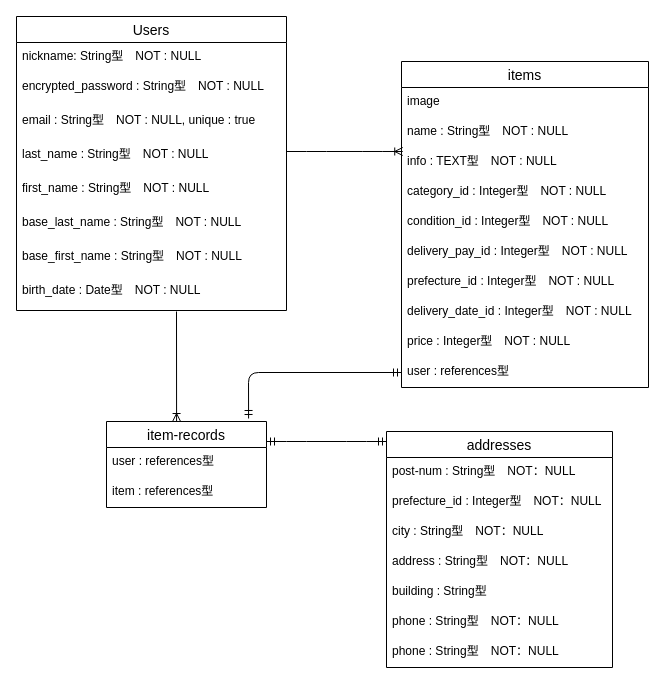
Earlier version of the draw.io diagram DBTable.dio (Haru65PF/furima-34560). Source tidied: cells renumbered, new cells numbered last; positions are measured from the earlier drawing's top-left corner, leaving out a move shared by most shapes. Both pictures are drawn from the tidied source at 100%, with x=0, y=0 at pixel (16, 16).
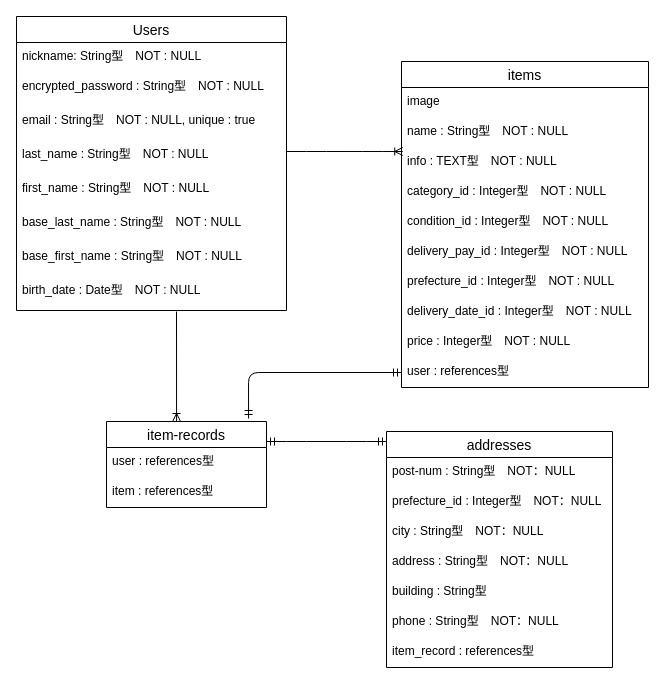
Above is the later version.

Unchanged cells that the change refers to:
```xml
<mxCell id="22" value="addresses" style="swimlane;fontStyle=0;horizontal=1;startSize=26;align=center;fontSize=14;" parent="1" vertex="1">
  <mxGeometry x="370" y="415" width="226" height="236" as="geometry" />
</mxCell>
```

Diff of the diagram source:
```diff
@@
-    <mxCell id="29" value="phone : String型　NOT：NULL" style="text;strokeColor=none;fillColor=none;spacingLeft=4;spacingRight=4;overflow=hidden;fontSize=12;" parent="22" vertex="1">
+    <mxCell id="29" value="item_record : references型" style="text;strokeColor=none;fillColor=none;spacingLeft=4;spacingRight=4;overflow=hidden;fontSize=12;" parent="22" vertex="1">
       <mxGeometry y="206" width="226" height="30" as="geometry" />
     </mxCell>
```
